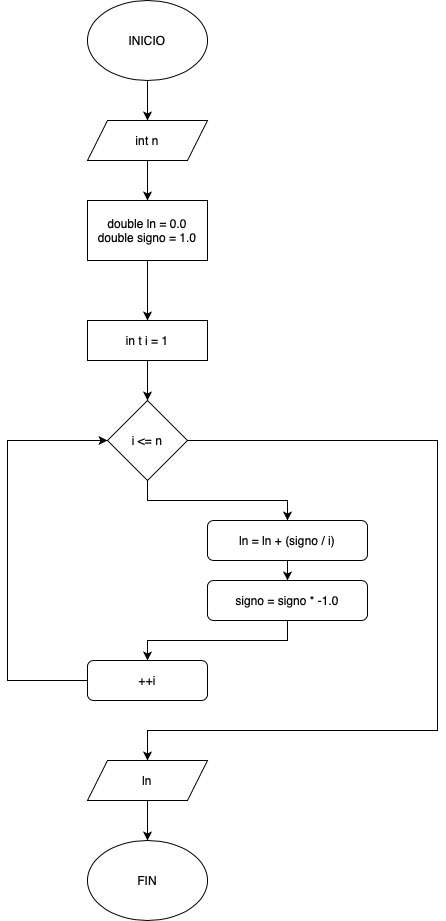
The draw.io diagram P2:Exercise7.drawio.png in 14no/T2-DiagramasDeFluj, before a commit. Source tidied: cells renumbered, new cells last; positions are measured from the earlier drawing's top-left corner, leaving out a move shared by most shapes.
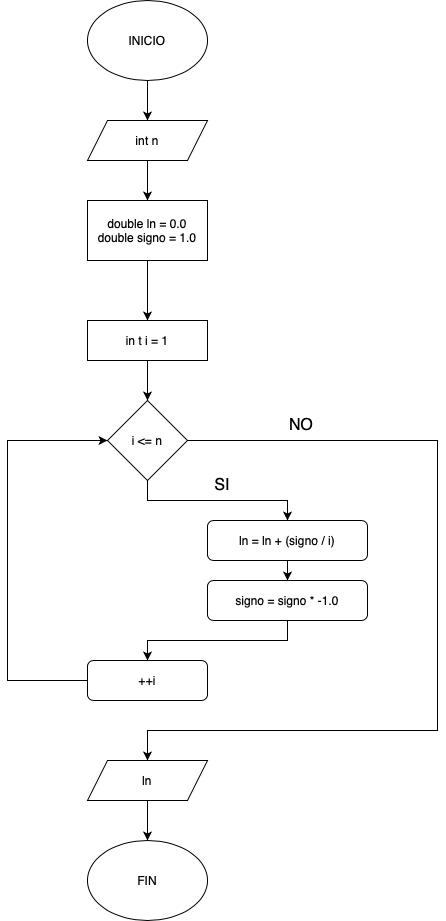
After the commit.

What changed in the source:
```diff
@@ -73,5 +73,11 @@
         </Array>
       </mxGeometry>
     </mxCell>
+    <mxCell id="22" value="NO" style="text;html=1;align=center;verticalAlign=middle;whiteSpace=wrap;rounded=0;fontSize=16;" parent="1" vertex="1">
+      <mxGeometry x="279" y="410" width="30" height="30" as="geometry" />
+    </mxCell>
+    <mxCell id="23" value="SI" style="text;html=1;align=center;verticalAlign=middle;whiteSpace=wrap;rounded=0;fontSize=16;" parent="1" vertex="1">
+      <mxGeometry x="200" y="470" width="30" height="30" as="geometry" />
+    </mxCell>
   </root>
 </mxGraphModel>
```
